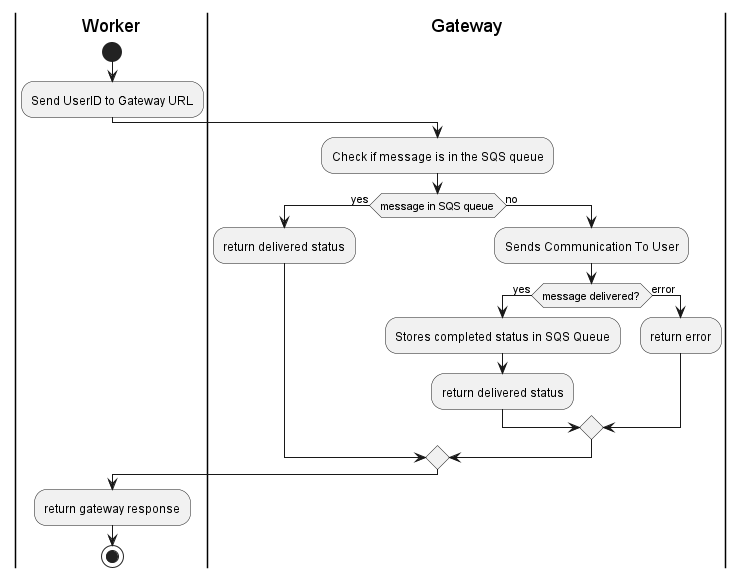
Earlier version of the PlantUML export Designs/Images/Activity Diagrams/Send Message To Gateway Activity.png (CameronWard301/communication_scheduler).
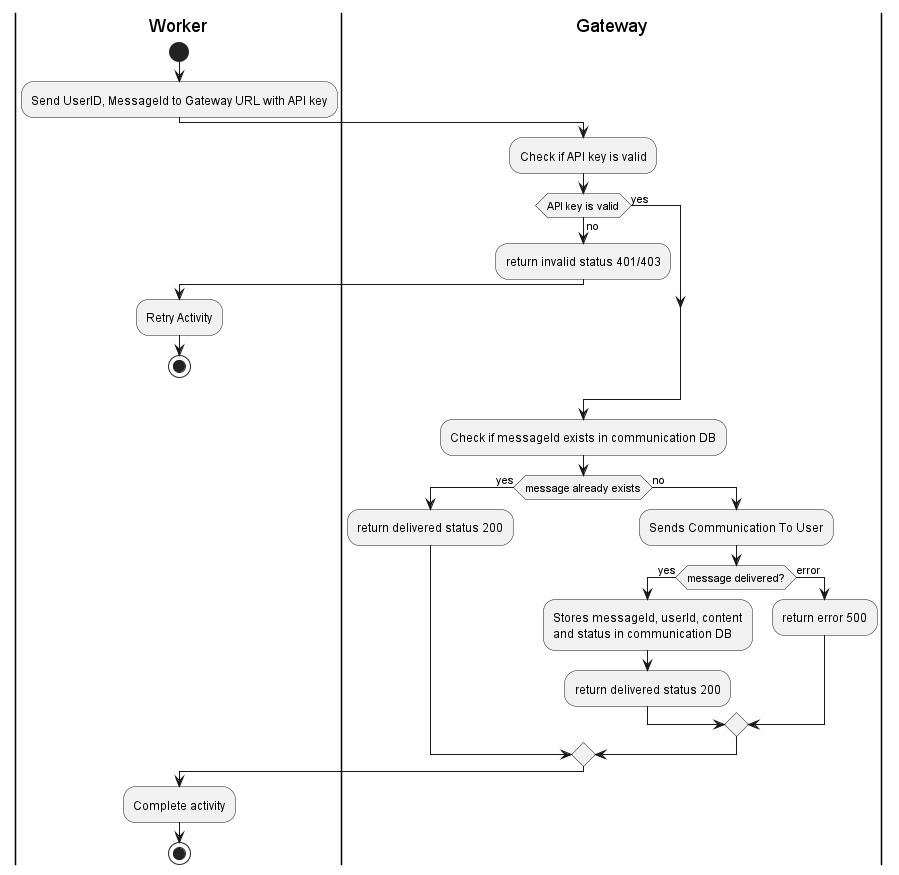
The same file after the commit.

The edit, as a diff of the source:
```diff
@@ -3,26 +3,39 @@
 
 start
 
-:Send UserID to Gateway URL;
+:Send UserID, MessageId to Gateway URL with API key;
 
 |Gateway|
 
-:Check if message is in the SQS queue;
-if (message in SQS queue) is (yes) then
-:return delivered status;
+:Check if API key is valid;
+if (API key is valid) is (no) then
+:return invalid status 401/403;
+|Worker|
+:Retry Activity;
+stop
+else (yes)
+
+endif
+
+|Gateway|
+
+:Check if messageId exists in communication DB;
+if (message already exists) is (yes) then
+:return delivered status 200;
 else (no)
 
 :Sends Communication To User;
 
     if (message delivered?) is (yes) then
-    :Stores completed status in SQS Queue;
-    :return delivered status;
+    :Stores messageId, userId, content
+    and status in communication DB;
+    :return delivered status 200;
     else (error)
-    :return error;
+    :return error 500;
     endif
 
 endif
 |Worker|
-:return gateway response;
+:Complete activity;
 stop
 @enduml
```
